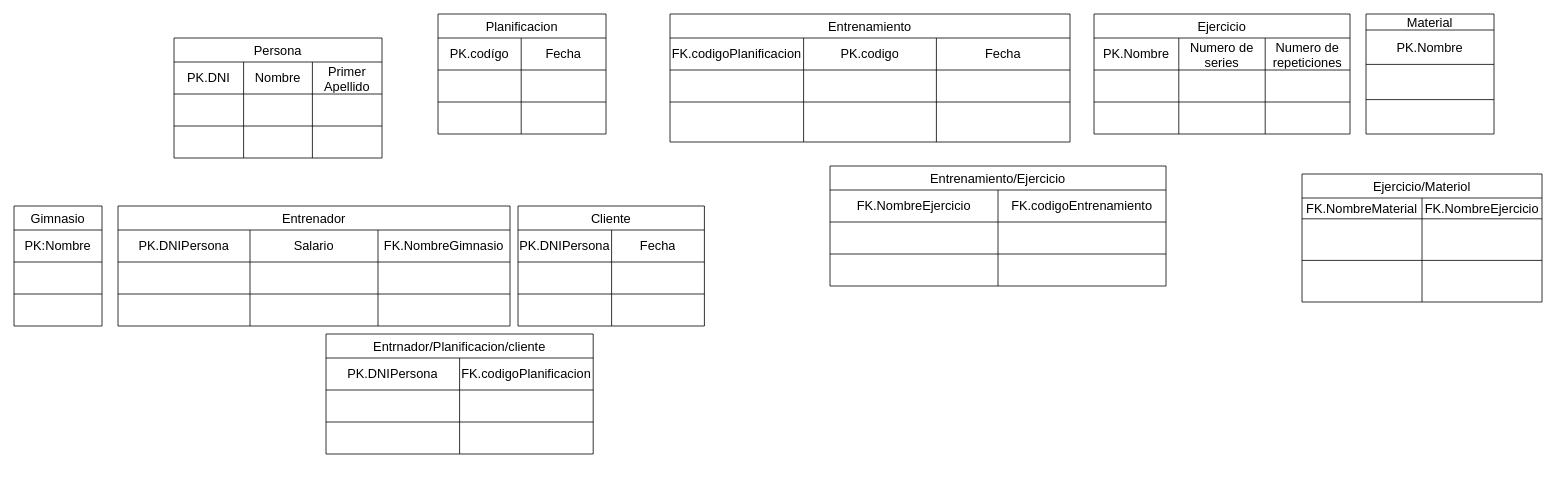
The draw.io diagram Diagrama sin título(5).drawio in DanielGarciaPiramide/BD-Actividad-5-7, before the edit. Source tidied: cells renumbered, new cells numbered last; positions are measured from the earlier drawing's top-left corner, leaving out a move shared by most shapes. Both pictures are drawn from the tidied source at 80%, with x=0, y=0 at pixel (14, 14).
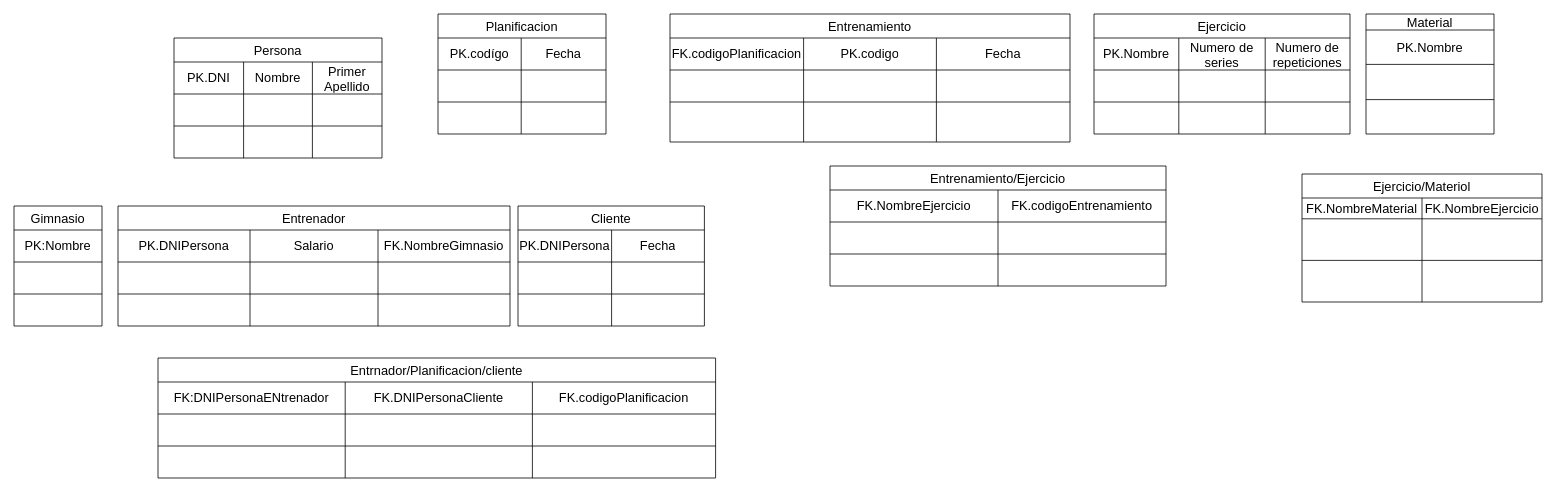
The same page after the edit.

Change to the diagram source:
```diff
@@
     <mxCell id="42" value="Entrnador/Planificacion/cliente" style="shape=table;startSize=30;childLayout=tableLayout;strokeColor=default;fontSize=16;" parent="1" vertex="1">
-      <mxGeometry x="390" y="400" width="334" height="150" as="geometry" />
+      <mxGeometry x="180" y="430" width="697" height="150" as="geometry" />
     </mxCell>
     <mxCell id="43" style="shape=tableRow;horizontal=0;startSize=0;swimlaneHead=0;swimlaneBody=0;strokeColor=inherit;top=0;left=0;bottom=0;right=0;fillColor=none;fontSize=16;" parent="42" vertex="1">
-      <mxGeometry y="30" width="334" height="40" as="geometry" />
+      <mxGeometry y="30" width="697" height="40" as="geometry" />
     </mxCell>
+    <mxCell id="118" value="FK:DNIPersonaENtrenador" style="shape=partialRectangle;html=1;whiteSpace=wrap;strokeColor=inherit;overflow=hidden;fillColor=none;top=0;left=0;bottom=0;right=0;fontSize=16;" parent="43" vertex="1">
+      <mxGeometry width="234" height="40" as="geometry" />
+    </mxCell>
-    <mxCell id="44" value="PK.DNIPersona" style="shape=partialRectangle;html=1;whiteSpace=wrap;strokeColor=inherit;overflow=hidden;fillColor=none;top=0;left=0;bottom=0;right=0;fontSize=16;" parent="43" vertex="1">
-      <mxGeometry width="167" height="40" as="geometry" />
+    <mxCell id="44" value="FK.DNIPersonaCliente" style="shape=partialRectangle;html=1;whiteSpace=wrap;strokeColor=inherit;overflow=hidden;fillColor=none;top=0;left=0;bottom=0;right=0;fontSize=16;" parent="43" vertex="1">
+      <mxGeometry x="234" width="234" height="40" as="geometry" />
     </mxCell>
     <mxCell id="45" value="FK.codigoPlanificacion" style="shape=partialRectangle;html=1;whiteSpace=wrap;strokeColor=inherit;overflow=hidden;fillColor=none;top=0;left=0;bottom=0;right=0;fontSize=16;" parent="43" vertex="1">
-      <mxGeometry x="167" width="167" height="40" as="geometry" />
+      <mxGeometry x="468" width="229" height="40" as="geometry" />
     </mxCell>
     <mxCell id="46" style="shape=tableRow;horizontal=0;startSize=0;swimlaneHead=0;swimlaneBody=0;strokeColor=inherit;top=0;left=0;bottom=0;right=0;fillColor=none;fontSize=16;" parent="42" vertex="1">
-      <mxGeometry y="70" width="334" height="40" as="geometry" />
+      <mxGeometry y="70" width="697" height="40" as="geometry" />
     </mxCell>
+    <mxCell id="119" style="shape=partialRectangle;html=1;whiteSpace=wrap;strokeColor=inherit;overflow=hidden;fillColor=none;top=0;left=0;bottom=0;right=0;fontSize=16;" parent="46" vertex="1">
+      <mxGeometry width="234" height="40" as="geometry" />
+    </mxCell>
     <mxCell id="47" style="shape=partialRectangle;html=1;whiteSpace=wrap;strokeColor=inherit;overflow=hidden;fillColor=none;top=0;left=0;bottom=0;right=0;fontSize=16;" parent="46" vertex="1">
-      <mxGeometry width="167" height="40" as="geometry" />
+      <mxGeometry x="234" width="234" height="40" as="geometry" />
     </mxCell>
     <mxCell id="48" style="shape=partialRectangle;html=1;whiteSpace=wrap;strokeColor=inherit;overflow=hidden;fillColor=none;top=0;left=0;bottom=0;right=0;fontSize=16;" parent="46" vertex="1">
-      <mxGeometry x="167" width="167" height="40" as="geometry" />
+      <mxGeometry x="468" width="229" height="40" as="geometry" />
     </mxCell>
     <mxCell id="49" style="shape=tableRow;horizontal=0;startSize=0;swimlaneHead=0;swimlaneBody=0;strokeColor=inherit;top=0;left=0;bottom=0;right=0;fillColor=none;fontSize=16;" parent="42" vertex="1">
-      <mxGeometry y="110" width="334" height="40" as="geometry" />
+      <mxGeometry y="110" width="697" height="40" as="geometry" />
     </mxCell>
+    <mxCell id="120" style="shape=partialRectangle;html=1;whiteSpace=wrap;strokeColor=inherit;overflow=hidden;fillColor=none;top=0;left=0;bottom=0;right=0;fontSize=16;" parent="49" vertex="1">
+      <mxGeometry width="234" height="40" as="geometry" />
+    </mxCell>
     <mxCell id="50" style="shape=partialRectangle;html=1;whiteSpace=wrap;strokeColor=inherit;overflow=hidden;fillColor=none;top=0;left=0;bottom=0;right=0;fontSize=16;" parent="49" vertex="1">
-      <mxGeometry width="167" height="40" as="geometry" />
+      <mxGeometry x="234" width="234" height="40" as="geometry" />
     </mxCell>
     <mxCell id="51" style="shape=partialRectangle;html=1;whiteSpace=wrap;strokeColor=inherit;overflow=hidden;fillColor=none;top=0;left=0;bottom=0;right=0;fontSize=16;" parent="49" vertex="1">
-      <mxGeometry x="167" width="167" height="40" as="geometry" />
+      <mxGeometry x="468" width="229" height="40" as="geometry" />
     </mxCell>
```
